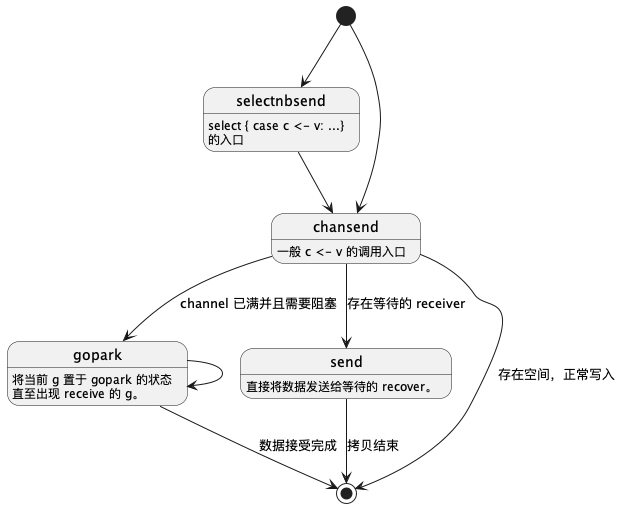
liyan-ah/liyan-ah.github.io keeps this PlantUML diagram as images/chan-send.png. Above is the earlier version. Its diagram source:
```plantuml
@startuml
hide empty description
[*] --> selectnbsend
selectnbsend: select { case c <- v: ...}
selectnbsend: 的入口
[*] --> chansend
selectnbsend --> chansend
chansend: 一般 c <- v 的调用入口
chansend --> gopark  : channel 已满并且需要阻塞
gopark: 将当前 g 置于 gopark 的状态
gopark: 直至出现 receive 的 g。
gopark --> gopark
chansend --> send : 存在等待的 receiver
send: 直接将数据发送给等待的 recover。
chansend --> [*] : 存在空间，正常写入
send --> [*] : 拷贝结束
gopark --> [*] : 数据接受完成
@enduml
```
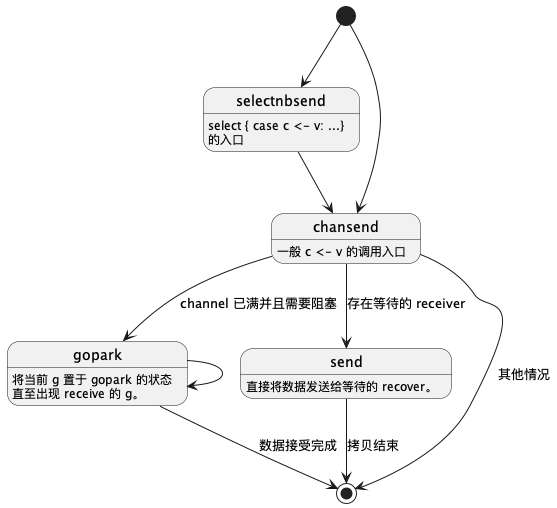
The same diagram one commit later.

Change to the diagram source:
```diff
@@ -12,7 +12,7 @@
 gopark --> gopark
 chansend --> send : 存在等待的 receiver
 send: 直接将数据发送给等待的 recover。
-chansend --> [*] : 存在空间，正常写入
+chansend --> [*] : 其他情况
 send --> [*] : 拷贝结束
 gopark --> [*] : 数据接受完成
 @enduml
```
